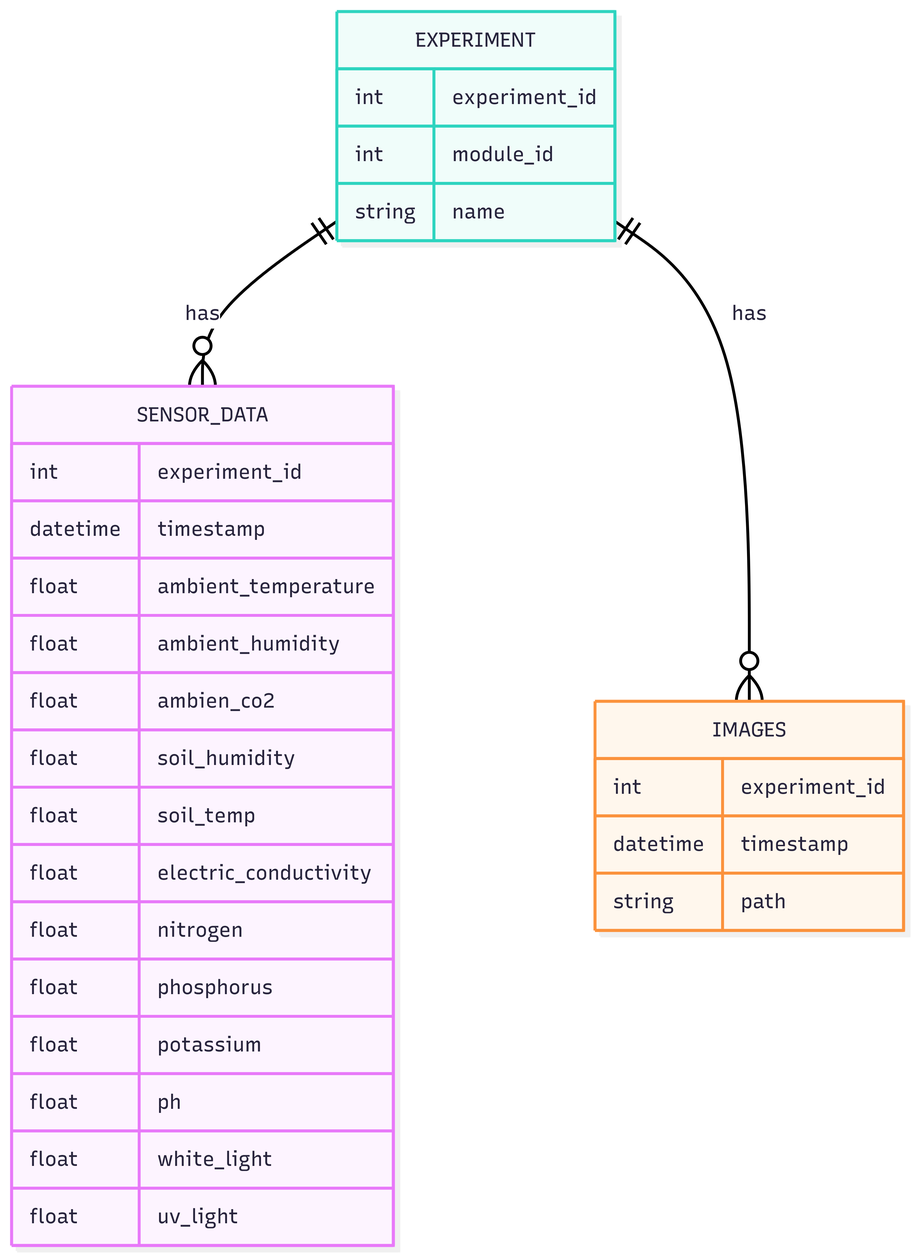
The Mermaid diagram docs/erDiagram.png in eggseal/camara-crecimiento, before a commit. Its source is kept beside it as docs/erDiagram.mmd.
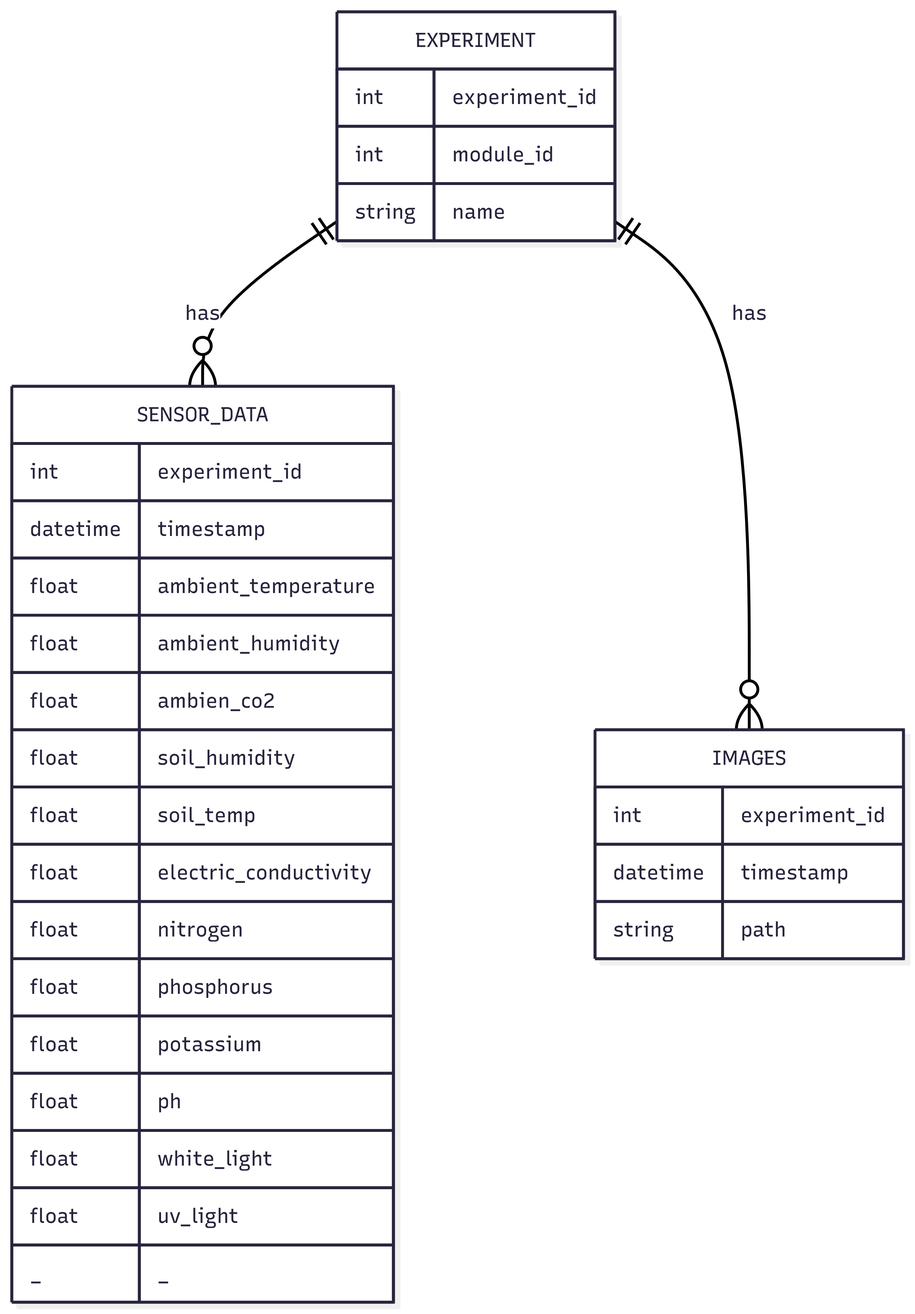
Above is the later version.

Change to the diagram source:
```diff
@@ -15,6 +15,7 @@
         float ph
         float white_light
         float uv_light
+        _ _
     }
 
     EXPERIMENT {
```
